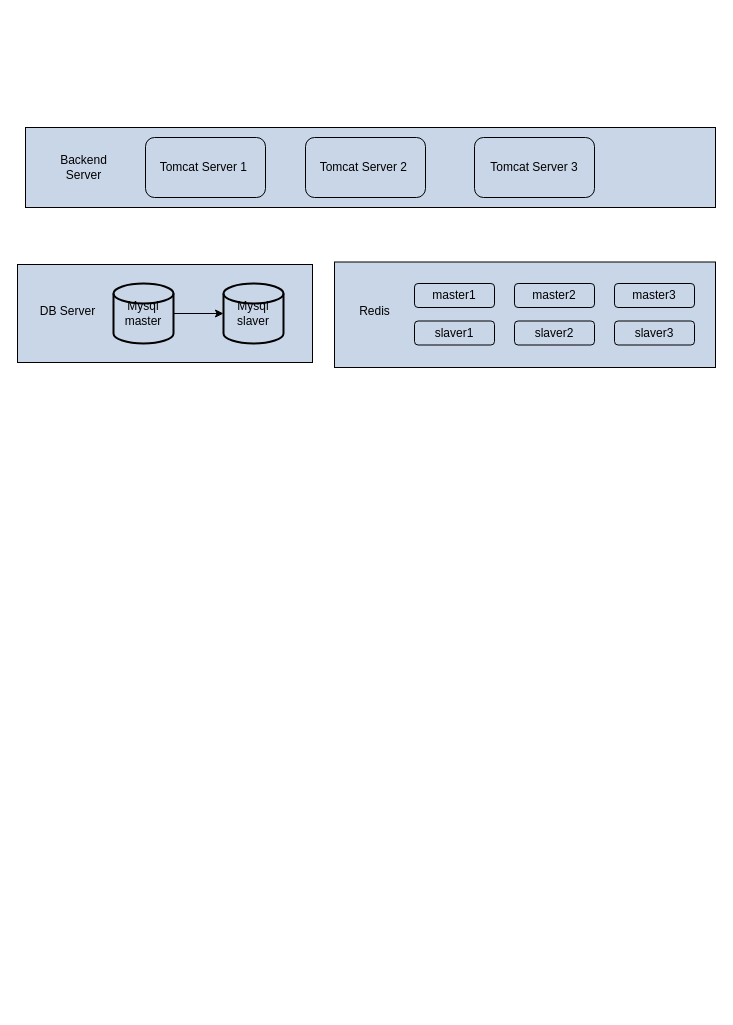
The draw.io diagram page "deployment" (2 of 2) of Untitled Diagram.drawio in qingfeng826/TestGit, before the edit. Source tidied: cells renumbered, new cells numbered last; positions are measured from the earlier drawing's top-left corner, leaving out a move shared by most shapes. Both pictures are drawn from the tidied source at 100%, with x=0, y=0 at pixel (17, 127).
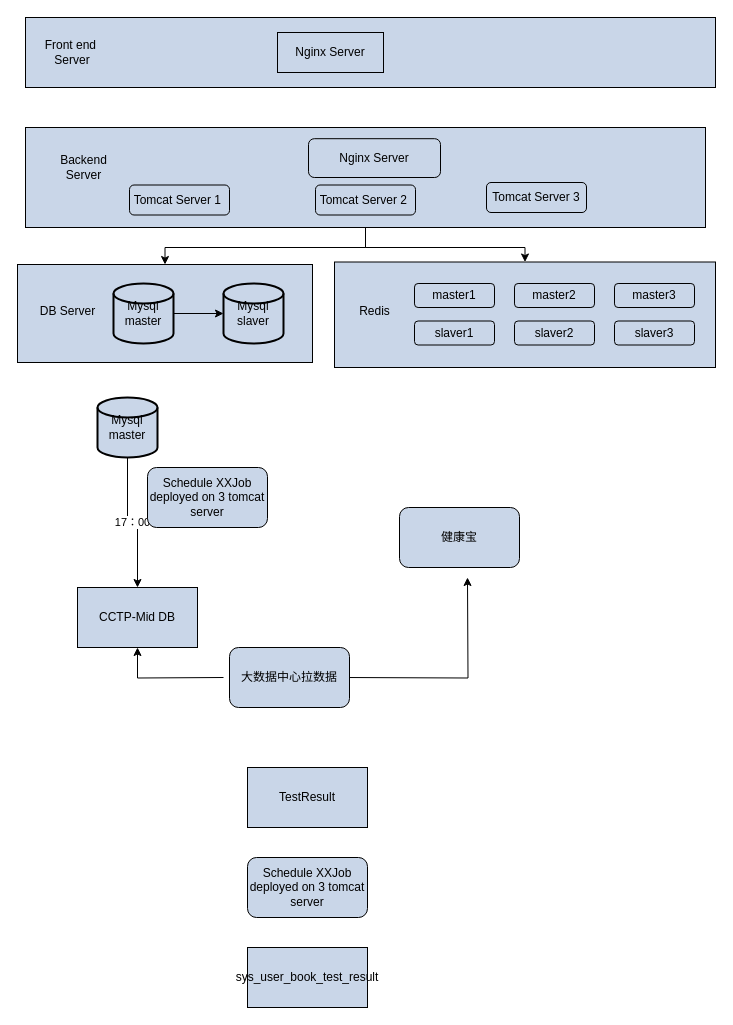
Above is the later version.

The change refers to these unchanged cells:
```xml
<mxCell id="2" style="rounded=0;whiteSpace=wrap;html=1;fillColor=#C9D6E8;" parent="1" vertex="1">
  <mxGeometry x="317" y="134.5" width="381" height="105.5" as="geometry" />
</mxCell>
<mxCell id="3" style="rounded=0;whiteSpace=wrap;html=1;fillColor=#C9D6E8;" parent="1" vertex="1">
  <mxGeometry y="137" width="295" height="98" as="geometry" />
</mxCell>
```

What changed in the source:
```diff
@@
+    <mxCell id="20" style="edgeStyle=orthogonalEdgeStyle;rounded=0;jettySize=auto;html=1;" parent="1" edge="1" source="4" target="3">
+      <mxGeometry relative="1" as="geometry" />
+    </mxCell>
+    <mxCell id="21" style="edgeStyle=orthogonalEdgeStyle;rounded=0;jettySize=auto;html=1;" parent="1" edge="1" source="4" target="2">
+      <mxGeometry relative="1" as="geometry" />
+    </mxCell>
     <mxCell id="4" style="rounded=0;whiteSpace=wrap;html=1;fillColor=#C9D6E8;" parent="1" vertex="1">
-      <mxGeometry x="8" width="690" height="80" as="geometry" />
+      <mxGeometry x="8" width="680" height="100" as="geometry" />
     </mxCell>
-    <mxCell id="5" value="Tomcat Server 1&amp;nbsp;" style="rounded=1;whiteSpace=wrap;html=1;fillColor=#C9D6E8;" parent="1" vertex="1">
-      <mxGeometry x="128" y="10" width="120" height="60" as="geometry" />
+    <mxCell id="5" value="Tomcat Server 1&amp;nbsp;" style="rounded=1;whiteSpace=wrap;html=1;fillColor=#C9D6E8;verticalAlign=middle;" parent="1" vertex="1">
+      <mxGeometry x="112" y="57.5" width="100" height="30" as="geometry" />
     </mxCell>
-    <mxCell id="6" value="Tomcat Server 2&amp;nbsp;" style="rounded=1;whiteSpace=wrap;html=1;fillColor=#C9D6E8;" parent="1" vertex="1">
-      <mxGeometry x="288" y="10" width="120" height="60" as="geometry" />
+    <mxCell id="6" value="Tomcat Server 2&amp;nbsp;" style="rounded=1;whiteSpace=wrap;html=1;fillColor=#C9D6E8;verticalAlign=middle;" parent="1" vertex="1">
+      <mxGeometry x="298" y="57.5" width="100" height="30" as="geometry" />
     </mxCell>
@@
-    <mxCell id="10" value="Tomcat Server 3" style="rounded=1;whiteSpace=wrap;html=1;fillColor=#C9D6E8;" parent="1" vertex="1">
-      <mxGeometry x="457" y="10" width="120" height="60" as="geometry" />
+    <mxCell id="10" value="Tomcat Server 3" style="rounded=1;whiteSpace=wrap;html=1;fillColor=#C9D6E8;verticalAlign=middle;" parent="1" vertex="1">
+      <mxGeometry x="469" y="55" width="100" height="30" as="geometry" />
     </mxCell>
@@
+    <mxCell id="22" style="rounded=0;whiteSpace=wrap;html=1;fillColor=#C9D6E8;" parent="1" vertex="1">
+      <mxGeometry x="8" y="-110" width="690" height="70" as="geometry" />
+    </mxCell>
+    <mxCell id="23" value="Front end&amp;nbsp;&lt;br&gt;Server" style="text;html=1;strokeColor=none;fillColor=none;align=center;verticalAlign=middle;whiteSpace=wrap;rounded=0;" parent="1" vertex="1">
+      <mxGeometry x="25" y="-90" width="60" height="30" as="geometry" />
+    </mxCell>
+    <mxCell id="24" value="Nginx Server" style="rounded=1;whiteSpace=wrap;html=1;fillColor=#C9D6E8;" parent="1" vertex="1">
+      <mxGeometry x="291" y="11.2" width="132" height="38.8" as="geometry" />
+    </mxCell>
+    <mxCell id="25" value="Nginx Server" style="rounded=0;whiteSpace=wrap;html=1;fillColor=#C9D6E8;" parent="1" vertex="1">
+      <mxGeometry x="260" y="-95" width="106" height="40" as="geometry" />
+    </mxCell>
+    <mxCell id="26" value="CCTP-Mid DB" style="rounded=0;whiteSpace=wrap;html=1;fillColor=#C9D6E8;" parent="1" vertex="1">
+      <mxGeometry x="60" y="460" width="120" height="60" as="geometry" />
+    </mxCell>
+    <mxCell id="27" value="健康宝" style="rounded=1;whiteSpace=wrap;html=1;fillColor=#C9D6E8;" parent="1" vertex="1">
+      <mxGeometry x="382" y="380" width="120" height="60" as="geometry" />
+    </mxCell>
+    <mxCell id="28" value="17：00" style="edgeStyle=orthogonalEdgeStyle;rounded=0;jettySize=auto;html=1;" parent="1" edge="1" source="29" target="26">
+      <mxGeometry relative="1" as="geometry" />
+    </mxCell>
+    <mxCell id="29" value="Mysql master" style="strokeWidth=2;html=1;shape=mxgraph.flowchart.database;whiteSpace=wrap;fillColor=#C9D6E8;" parent="1" vertex="1">
+      <mxGeometry x="80" y="270" width="60" height="60" as="geometry" />
+    </mxCell>
+    <mxCell id="30" style="edgeStyle=orthogonalEdgeStyle;rounded=0;jettySize=auto;html=1;entryX=0.5;entryY=1;entryDx=0;entryDy=0;" parent="1" edge="1" target="26">
+      <mxGeometry relative="1" as="geometry">
+        <mxPoint x="206" y="550" as="sourcePoint" />
+      </mxGeometry>
+    </mxCell>
+    <mxCell id="31" style="edgeStyle=orthogonalEdgeStyle;rounded=0;orthogonalLoop=1;jettySize=auto;html=1;" parent="1" edge="1">
+      <mxGeometry relative="1" as="geometry">
+        <mxPoint x="326" y="550" as="sourcePoint" />
+        <mxPoint x="450" y="450" as="targetPoint" />
+      </mxGeometry>
+    </mxCell>
+    <mxCell id="32" value="Schedule XXJob deployed on 3 tomcat server" style="rounded=1;whiteSpace=wrap;html=1;fillColor=#C9D6E8;" parent="1" vertex="1">
+      <mxGeometry x="130" y="340" width="120" height="60" as="geometry" />
+    </mxCell>
+    <mxCell id="33" value="大数据中心拉数据" style="rounded=1;whiteSpace=wrap;html=1;fillColor=#C9D6E8;" parent="1" vertex="1">
+      <mxGeometry x="212" y="520" width="120" height="60" as="geometry" />
+    </mxCell>
+    <mxCell id="34" value="TestResult" style="rounded=0;whiteSpace=wrap;html=1;fillColor=#C9D6E8;" parent="1" vertex="1">
+      <mxGeometry x="230" y="640" width="120" height="60" as="geometry" />
+    </mxCell>
+    <mxCell id="35" value="sys_user_book_test_result" style="rounded=0;whiteSpace=wrap;html=1;fillColor=#C9D6E8;" parent="1" vertex="1">
+      <mxGeometry x="230" y="820" width="120" height="60" as="geometry" />
+    </mxCell>
+    <mxCell id="36" value="Schedule XXJob deployed on 3 tomcat server" style="rounded=1;whiteSpace=wrap;html=1;fillColor=#C9D6E8;" parent="1" vertex="1">
+      <mxGeometry x="230" y="730" width="120" height="60" as="geometry" />
+    </mxCell>
```
